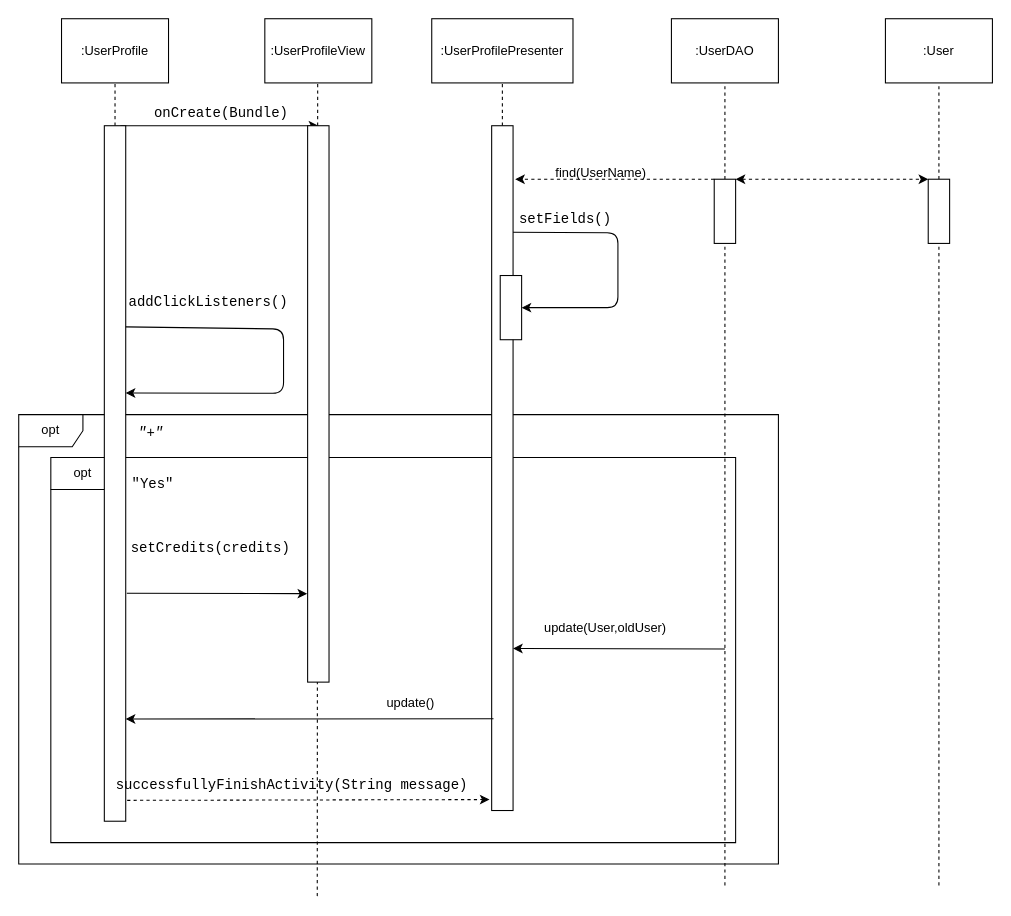
Before: R4_Diagrams/Sequence Diagrams/AddCreditsSD.drawio in ntinouldinho/Parking-App, a draw.io diagram. Source tidied: cells renumbered, new cells numbered last; positions are measured from the earlier drawing's top-left corner, leaving out a move shared by most shapes. Both pictures are drawn from the tidied source at 107%, with x=0, y=0 at pixel (18, 18).
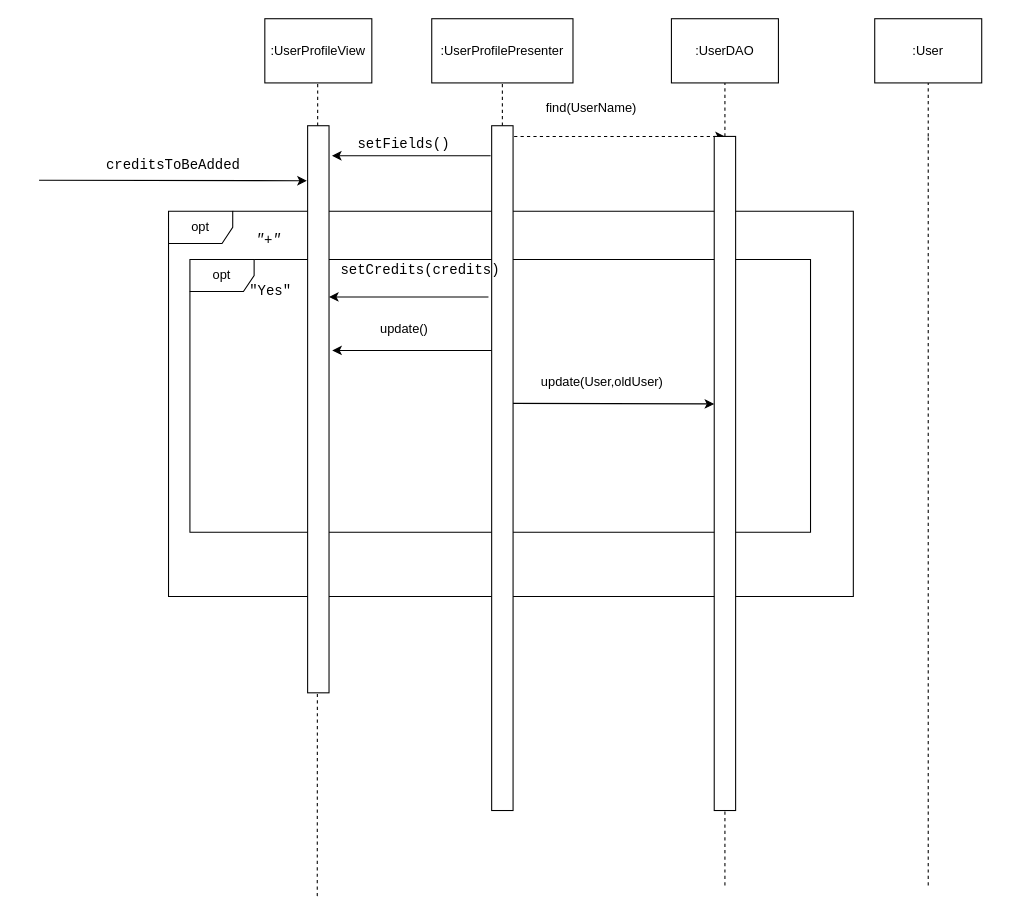
After the change.

Unchanged cells that the change refers to:
```xml
<mxCell id="12" style="rounded=0;whiteSpace=wrap;html=1;" parent="1" vertex="1">
  <mxGeometry x="442" y="100" width="20" height="640" as="geometry" />
</mxCell>
```

Change to the diagram source:
```diff
@@
     <mxCell id="2" value="opt" style="shape=umlFrame;whiteSpace=wrap;html=1;" parent="1" vertex="1">
-      <mxGeometry y="370" width="710" height="420" as="geometry" />
+      <mxGeometry x="160" y="225" width="580" height="255" as="geometry" />
     </mxCell>
     <mxCell id="3" value="opt" style="shape=umlFrame;whiteSpace=wrap;html=1;" parent="1" vertex="1">
-      <mxGeometry x="30" y="410" width="640" height="360" as="geometry" />
+      <mxGeometry x="140" y="180" width="640" height="360" as="geometry" />
     </mxCell>
-    <mxCell id="4" value=":UserProfile" style="rounded=0;whiteSpace=wrap;html=1;" parent="1" vertex="1">
-      <mxGeometry x="40" width="100" height="60" as="geometry" />
-    </mxCell>
-    <mxCell id="5" style="endArrow=none;dashed=1;html=1;entryX=0.5;entryY=1;entryDx=0;entryDy=0;" parent="1" edge="1" source="22" target="4">
-      <mxGeometry relative="1" as="geometry" />
-    </mxCell>
@@
-    <mxCell id="9" style="endArrow=classic;html=1;exitX=0.75;exitY=0;exitDx=0;exitDy=0;" parent="1" edge="1" source="22">
-      <mxGeometry relative="1" as="geometry">
-        <mxPoint x="280" y="100" as="targetPoint" />
-      </mxGeometry>
-    </mxCell>
-    <mxCell id="10" style="endArrow=classic;html=1;dashed=1;exitX=0;exitY=0;exitDx=0;exitDy=0;" parent="1" edge="1" source="19">
+    <mxCell id="10" style="endArrow=classic;html=1;dashed=1;" parent="1" edge="1">
       <mxGeometry relative="1" as="geometry">
-        <mxPoint x="464" y="150" as="targetPoint" />
+        <mxPoint x="463" y="110" as="sourcePoint" />
+        <mxPoint x="660" y="110" as="targetPoint" />
       </mxGeometry>
     </mxCell>
     <mxCell id="11" value="find(UserName)" style="text;html=1;" parent="1" vertex="1">
-      <mxGeometry x="500" y="130" width="40" height="30" as="geometry" />
+      <mxGeometry x="491" y="70" width="40" height="30" as="geometry" />
     </mxCell>
@@
     <mxCell id="14" value=":User" style="rounded=0;whiteSpace=wrap;html=1;" parent="1" vertex="1">
-      <mxGeometry x="810" width="100" height="60" as="geometry" />
+      <mxGeometry x="800" width="100" height="60" as="geometry" />
     </mxCell>
-    <mxCell id="15" style="endArrow=none;dashed=1;html=1;entryX=0.5;entryY=1;entryDx=0;entryDy=0;" parent="1" edge="1" source="27" target="14">
-      <mxGeometry relative="1" as="geometry" />
+    <mxCell id="15" style="endArrow=none;dashed=1;html=1;entryX=0.5;entryY=1;entryDx=0;entryDy=0;" parent="1" edge="1" target="14">
+      <mxGeometry relative="1" as="geometry">
+        <mxPoint x="850" y="110" as="sourcePoint" />
+      </mxGeometry>
     </mxCell>
@@
-    <mxCell id="18" style="endArrow=classic;startArrow=classic;html=1;dashed=1;exitX=1;exitY=0;exitDx=0;exitDy=0;entryX=0;entryY=0;entryDx=0;entryDy=0;" parent="1" edge="1" source="19" target="27">
-      <mxGeometry relative="1" as="geometry" />
-    </mxCell>
     <mxCell id="19" style="rounded=0;whiteSpace=wrap;html=1;" parent="1" vertex="1">
-      <mxGeometry x="650" y="150" width="20" height="60" as="geometry" />
+      <mxGeometry x="650" y="110" width="20" height="630" as="geometry" />
     </mxCell>
@@
-    <mxCell id="21" value="&lt;pre style=&quot;font-family: &amp;#34;consolas&amp;#34; ; font-size: 9.8pt&quot;&gt;addClickListeners()&lt;/pre&gt;" style="text;html=1;align=center;verticalAlign=middle;" parent="1" vertex="1">
-      <mxGeometry x="101.5" y="240" width="150" height="50" as="geometry" />
-    </mxCell>
-    <mxCell id="22" style="rounded=0;whiteSpace=wrap;html=1;" parent="1" vertex="1">
-      <mxGeometry x="80" y="100" width="20" height="650" as="geometry" />
-    </mxCell>
-    <mxCell id="23" value="&lt;pre style=&quot;font-family: &amp;#34;consolas&amp;#34; ; font-size: 9.8pt&quot;&gt;onCreate(Bundle)&lt;span style=&quot;background-color: rgb(43 , 43 , 43)&quot;&gt;&lt;br&gt;&lt;/span&gt;&lt;/pre&gt;" style="text;html=1;align=center;verticalAlign=middle;" parent="1" vertex="1">
-      <mxGeometry x="124" y="63" width="130" height="50" as="geometry" />
-    </mxCell>
     <mxCell id="24" value="&lt;pre style=&quot;font-family: &amp;#34;consolas&amp;#34; ; font-size: 9.8pt&quot;&gt;setFields()&lt;/pre&gt;" style="text;whiteSpace=wrap;html=1;" parent="1" vertex="1">
-      <mxGeometry x="466" y="160" width="90" height="30" as="geometry" />
+      <mxGeometry x="315" y="90" width="90" height="30" as="geometry" />
     </mxCell>
-    <mxCell id="25" style="rounded=0;whiteSpace=wrap;html=1;" parent="1" vertex="1">
-      <mxGeometry x="450" y="240" width="20" height="60" as="geometry" />
-    </mxCell>
-    <mxCell id="26" style="endArrow=classic;html=1;exitX=0.75;exitY=0;exitDx=0;exitDy=0;entryX=1;entryY=0.5;entryDx=0;entryDy=0;" parent="1" edge="1">
+    <mxCell id="26" style="endArrow=classic;html=1;entryX=1.138;entryY=0.053;entryDx=0;entryDy=0;entryPerimeter=0;" parent="1" edge="1" target="33">
       <mxGeometry relative="1" as="geometry">
-        <mxPoint x="462" y="199.5" as="sourcePoint" />
-        <mxPoint x="470" y="270" as="targetPoint" />
-        <Array as="points">
-          <mxPoint x="560" y="200" />
-          <mxPoint x="560" y="270" />
-        </Array>
+        <mxPoint x="441" y="128" as="sourcePoint" />
       </mxGeometry>
     </mxCell>
-    <mxCell id="27" style="rounded=0;whiteSpace=wrap;html=1;" parent="1" vertex="1">
-      <mxGeometry x="850" y="150" width="20" height="60" as="geometry" />
-    </mxCell>
-    <mxCell id="28" style="endArrow=none;dashed=1;html=1;entryX=0.5;entryY=1;entryDx=0;entryDy=0;" parent="1" edge="1" target="27">
+    <mxCell id="28" style="endArrow=none;dashed=1;html=1;" parent="1" edge="1">
       <mxGeometry relative="1" as="geometry">
-        <mxPoint x="860" y="810" as="sourcePoint" />
+        <mxPoint x="850" y="810" as="sourcePoint" />
+        <mxPoint x="850" y="110" as="targetPoint" />
       </mxGeometry>
     </mxCell>
-    <mxCell id="29" style="endArrow=classic;html=1;exitX=1.126;exitY=0.197;exitDx=0;exitDy=0;exitPerimeter=0;entryX=1.126;entryY=0.292;entryDx=0;entryDy=0;entryPerimeter=0;" parent="1" edge="1">
-      <mxGeometry relative="1" as="geometry">
-        <mxPoint x="100" y="288" as="sourcePoint" />
-        <mxPoint x="100" y="349.8" as="targetPoint" />
-        <Array as="points">
-          <mxPoint x="247.5" y="290" />
-          <mxPoint x="247.5" y="350" />
-        </Array>
-      </mxGeometry>
-    </mxCell>
     <mxCell id="30" value="&lt;pre style=&quot;font-family: &amp;#34;consolas&amp;#34; ; font-size: 9.8pt&quot;&gt;&lt;span style=&quot;font-style: italic&quot;&gt;&quot;+&quot;&lt;/span&gt;&lt;/pre&gt;" style="text;whiteSpace=wrap;html=1;" parent="1" vertex="1">
-      <mxGeometry x="110" y="360" width="40" height="60" as="geometry" />
+      <mxGeometry x="220" y="180" width="40" height="60" as="geometry" />
     </mxCell>
@@
     <mxCell id="32" value="&lt;pre style=&quot;font-family: &amp;#34;consolas&amp;#34; ; font-size: 9.8pt&quot;&gt;&quot;Yes&quot;&lt;/pre&gt;" style="text;html=1;align=center;verticalAlign=middle;" parent="1" vertex="1">
-      <mxGeometry x="100" y="410" width="50" height="50" as="geometry" />
+      <mxGeometry x="210" y="230" width="50" height="50" as="geometry" />
     </mxCell>
     <mxCell id="33" style="rounded=0;whiteSpace=wrap;html=1;" parent="1" vertex="1">
-      <mxGeometry x="270" y="100" width="20" height="520" as="geometry" />
+      <mxGeometry x="270" y="100" width="20" height="530" as="geometry" />
     </mxCell>
+    <mxCell id="37" value="update()" style="text;html=1;align=center;verticalAlign=middle;" parent="1" vertex="1">
+      <mxGeometry x="330" y="280" width="60" height="20" as="geometry" />
+    </mxCell>
+    <mxCell id="42" style="endArrow=classic;html=1;" parent="1" edge="1">
+      <mxGeometry relative="1" as="geometry">
+        <mxPoint x="442" y="310" as="sourcePoint" />
+        <mxPoint x="293" y="310" as="targetPoint" />
+      </mxGeometry>
+    </mxCell>
+    <mxCell id="39" value="update(User,oldUser)" style="text;html=1;align=center;verticalAlign=middle;" parent="1" vertex="1">
+      <mxGeometry x="480" y="330" width="130" height="20" as="geometry" />
+    </mxCell>
+    <mxCell id="43" style="endArrow=classic;html=1;" parent="1" edge="1">
+      <mxGeometry relative="1" as="geometry">
+        <mxPoint x="462" y="359.5" as="sourcePoint" />
+        <mxPoint x="650" y="360" as="targetPoint" />
+      </mxGeometry>
+    </mxCell>
     <mxCell id="34" value="&lt;pre style=&quot;text-align: left ; font-family: &amp;#34;consolas&amp;#34; ; font-size: 9.8pt&quot;&gt;setCredits(credits)&lt;/pre&gt;" style="text;html=1;align=center;verticalAlign=middle;" parent="1" vertex="1">
-      <mxGeometry x="104" y="470" width="150" height="50" as="geometry" />
+      <mxGeometry x="300" y="210" width="150" height="50" as="geometry" />
     </mxCell>
-    <mxCell id="35" style="endArrow=classic;html=1;entryX=-0.021;entryY=0.841;entryDx=0;entryDy=0;entryPerimeter=0;" parent="1" edge="1" target="33">
-      <mxGeometry relative="1" as="geometry">
-        <mxPoint x="101" y="537" as="sourcePoint" />
-      </mxGeometry>
-    </mxCell>
-    <mxCell id="36" style="endArrow=classic;html=1;exitX=0.085;exitY=0.866;exitDx=0;exitDy=0;exitPerimeter=0;entryX=1;entryY=0.853;entryDx=0;entryDy=0;entryPerimeter=0;" parent="1" edge="1" source="12" target="22">
-      <mxGeometry relative="1" as="geometry" />
-    </mxCell>
-    <mxCell id="37" value="update()" style="text;html=1;align=center;verticalAlign=middle;" parent="1" vertex="1">
-      <mxGeometry x="336" y="630" width="60" height="20" as="geometry" />
-    </mxCell>
-    <mxCell id="38" style="endArrow=classic;html=1;entryX=1;entryY=0.931;entryDx=0;entryDy=0;entryPerimeter=0;" parent="1" edge="1">
-      <mxGeometry relative="1" as="geometry">
-        <mxPoint x="660" y="589" as="sourcePoint" />
-        <mxPoint x="462" y="588.6" as="targetPoint" />
-      </mxGeometry>
-    </mxCell>
-    <mxCell id="39" value="update(User,oldUser)" style="text;html=1;align=center;verticalAlign=middle;" parent="1" vertex="1">
-      <mxGeometry x="483" y="560" width="130" height="20" as="geometry" />
-    </mxCell>
-    <mxCell id="40" style="endArrow=classic;html=1;exitX=1.068;exitY=0.97;exitDx=0;exitDy=0;exitPerimeter=0;entryX=-0.1;entryY=0.984;entryDx=0;entryDy=0;entryPerimeter=0;dashed=1;" parent="1" edge="1" source="22" target="12">
-      <mxGeometry relative="1" as="geometry" />
-    </mxCell>
-    <mxCell id="41" value="&lt;pre style=&quot;font-family: &amp;#34;consolas&amp;#34; ; font-size: 9.8pt&quot;&gt;successfullyFinishActivity(String message)&lt;/pre&gt;" style="text;html=1;align=center;verticalAlign=middle;" parent="1" vertex="1">
-      <mxGeometry x="95" y="691" width="320" height="50" as="geometry" />
-    </mxCell>
+    <mxCell id="44" style="endArrow=classic;html=1;" parent="1" edge="1">
+      <mxGeometry relative="1" as="geometry">
+        <mxPoint x="439" y="260" as="sourcePoint" />
+        <mxPoint x="290" y="260" as="targetPoint" />
+      </mxGeometry>
+    </mxCell>
+    <mxCell id="45" value="&lt;pre style=&quot;font-family: &amp;#34;consolas&amp;#34; ; font-size: 9.8pt&quot;&gt;creditsToBeAdded&lt;/pre&gt;" style="text;whiteSpace=wrap;html=1;" parent="1" vertex="1">
+      <mxGeometry x="80" y="110" width="140" height="60" as="geometry" />
+    </mxCell>
+    <mxCell id="46" style="endArrow=classic;html=1;entryX=-0.038;entryY=0.097;entryDx=0;entryDy=0;entryPerimeter=0;" parent="1" edge="1" target="33">
+      <mxGeometry relative="1" as="geometry">
+        <mxPoint x="19" y="151" as="sourcePoint" />
+      </mxGeometry>
+    </mxCell>
```
